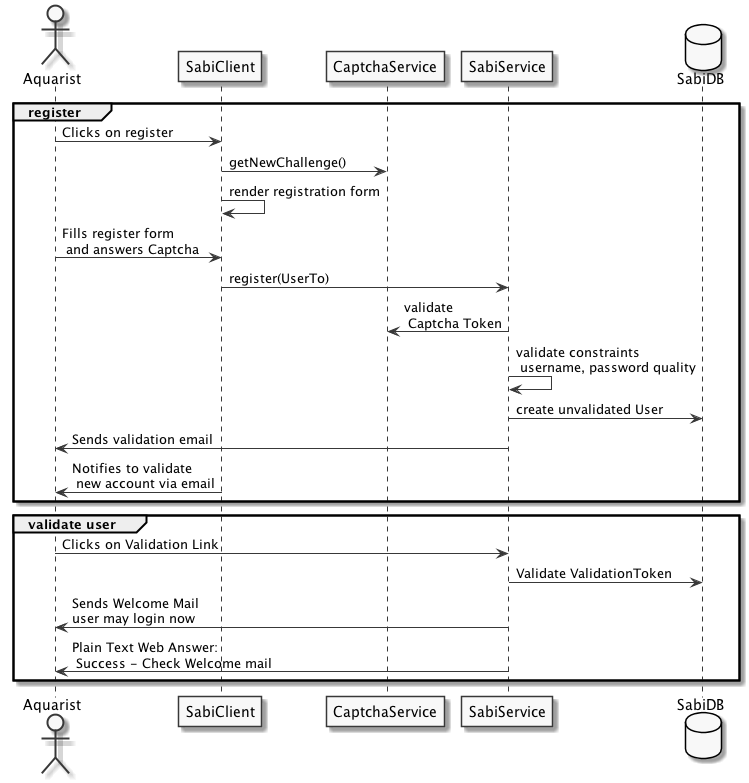
Earlier version of the PlantUML export sabi-parent/sabi-server/UML/6_RuntimeView/Seq_Registration.png (StefanSchubert/sabi).
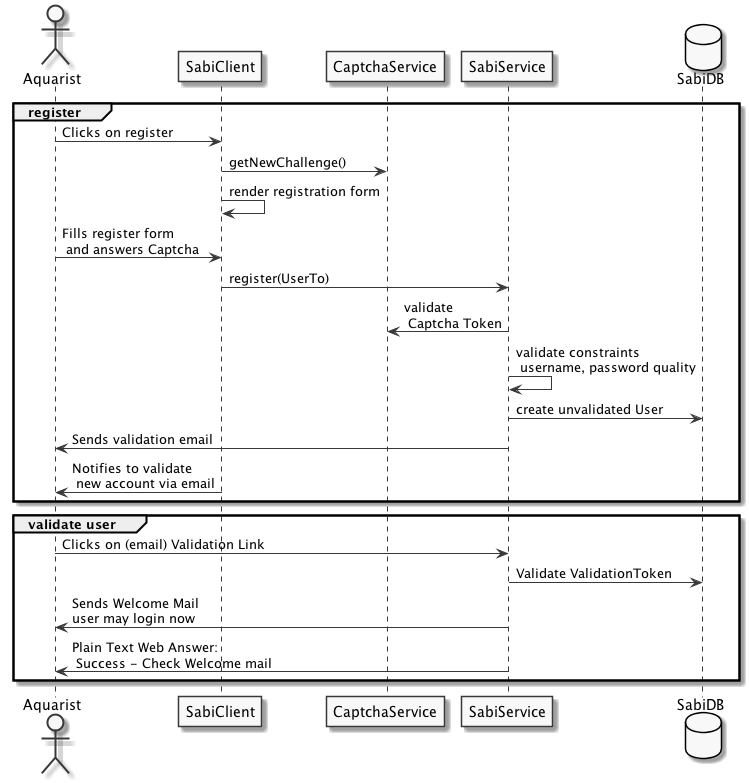
After the commit.

Diff of the diagram source:
```diff
@@ -23,7 +23,7 @@
 end
 
 group validate user
-    Aquarist -> SabiService : Clicks on Validation Link
+    Aquarist -> SabiService : Clicks on (email) Validation Link
     SabiService -> SabiDB : Validate ValidationToken
     SabiService -> Aquarist : Sends Welcome Mail\nuser may login now
     SabiService -> Aquarist : Plain Text Web Answer:\n Success - Check Welcome mail
```
